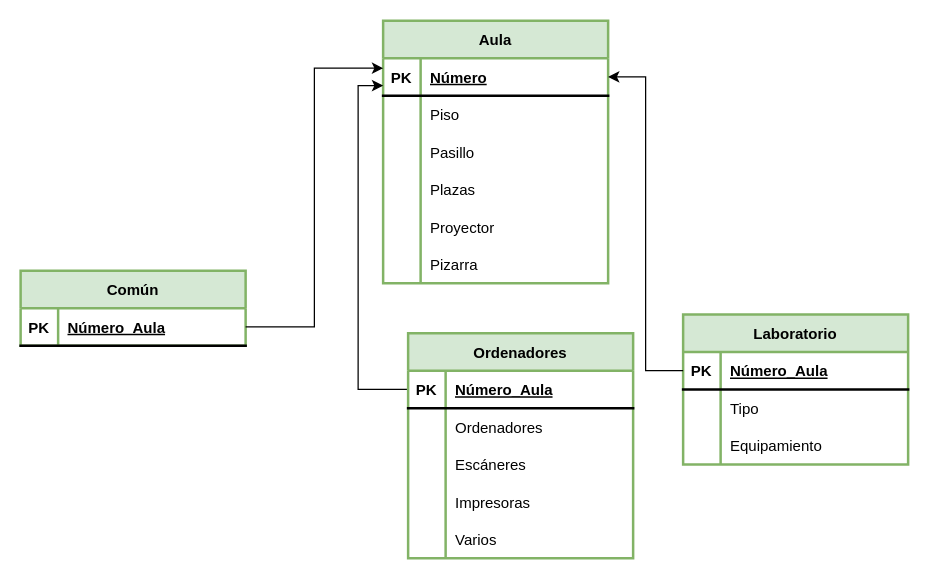
This is Tablas/Tarea 8.drawio from Carball04/Trabajos-E-R, a draw.io file, before an edit. Source tidied: cells renumbered, new cells numbered last; positions are measured from the earlier drawing's top-left corner, leaving out a move shared by most shapes. Both pictures are drawn from the tidied source at 125%, with x=0, y=0 at pixel (20, 20).
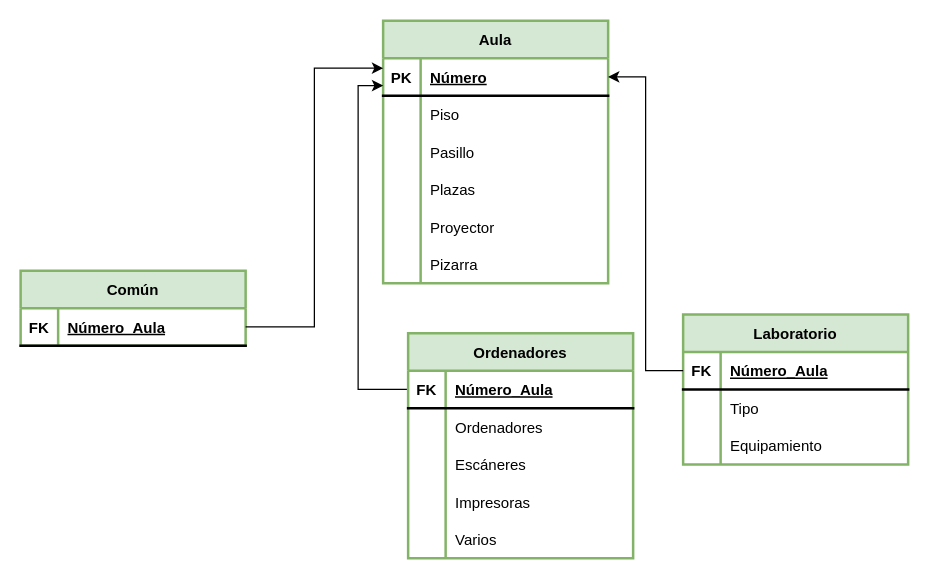
Above is the later version.

The change refers to these unchanged cells:
```xml
<mxCell id="22" style="shape=tableRow;horizontal=0;startSize=0;swimlaneHead=0;swimlaneBody=0;fillColor=none;points=[[0,0.5],[1,0.5]];portConstraint=eastwest;top=0;left=0;right=0;bottom=1;strokeWidth=2;" parent="21" vertex="1">
  <mxGeometry y="30" width="180" height="30" as="geometry" />
</mxCell>
<mxCell id="27" style="shape=tableRow;horizontal=0;startSize=0;swimlaneHead=0;swimlaneBody=0;fillColor=none;top=0;left=0;right=0;bottom=1;strokeWidth=2;" parent="26" vertex="1">
  <mxGeometry y="30" width="180" height="30" as="geometry" />
</mxCell>
<mxCell id="43" style="shape=tableRow;horizontal=0;startSize=0;swimlaneHead=0;swimlaneBody=0;fillColor=none;points=[[0,0.5],[1,0.5]];portConstraint=eastwest;top=0;left=0;right=0;bottom=1;strokeWidth=2;" parent="42" vertex="1">
  <mxGeometry y="30" width="180" height="30" as="geometry" />
</mxCell>
```

What changed in the source:
```diff
@@
-    <mxCell id="23" value="PK" style="shape=partialRectangle;fillColor=none;top=0;left=0;bottom=0;right=0;fontStyle=1;overflow=hidden;strokeWidth=2;" parent="22" vertex="1">
+    <mxCell id="23" value="FK" style="shape=partialRectangle;fillColor=none;top=0;left=0;bottom=0;right=0;fontStyle=1;overflow=hidden;strokeWidth=2;" parent="22" vertex="1">
       <mxGeometry width="30" height="30" as="geometry" />
     </mxCell>
@@
-    <mxCell id="28" value="PK" style="shape=partialRectangle;fillColor=none;top=0;left=0;bottom=0;right=0;fontStyle=1;overflow=hidden;strokeWidth=2;" parent="27" vertex="1">
+    <mxCell id="28" value="FK" style="shape=partialRectangle;fillColor=none;top=0;left=0;bottom=0;right=0;fontStyle=1;overflow=hidden;strokeWidth=2;" parent="27" vertex="1">
       <mxGeometry width="30" height="30" as="geometry" />
     </mxCell>
@@
-    <mxCell id="44" value="PK" style="shape=partialRectangle;fillColor=none;top=0;left=0;bottom=0;right=0;fontStyle=1;overflow=hidden;strokeWidth=2;" parent="43" vertex="1">
+    <mxCell id="44" value="FK" style="shape=partialRectangle;fillColor=none;top=0;left=0;bottom=0;right=0;fontStyle=1;overflow=hidden;strokeWidth=2;" parent="43" vertex="1">
       <mxGeometry width="30" height="30" as="geometry" />
     </mxCell>
```
